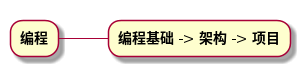
This is out/整体/编程.png from awamwang/develop-knowledge-graphic, a PlantUML export, as it was before one commit.
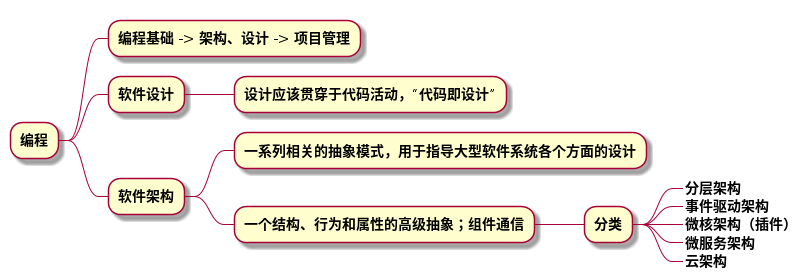
Later version of the same file.

Change to the diagram source:
```diff
@@ -1,4 +1,17 @@
 @startmindmap 编程
 + 编程
-++ 编程基础 -> 架构 -> 项目
+++ 编程基础 -> 架构、设计 -> 项目管理
+
+++ 软件设计
++++ 设计应该贯穿于代码活动，“代码即设计”
+
+++ 软件架构
++++ 一系列相关的抽象模式，用于指导大型软件系统各个方面的设计
++++ 一个结构、行为和属性的高级抽象；组件通信
+++++ 分类
++++++_ 分层架构
++++++_ 事件驱动架构
++++++_ 微核架构（插件）
++++++_ 微服务架构
++++++_ 云架构
 @endmindmap
```
